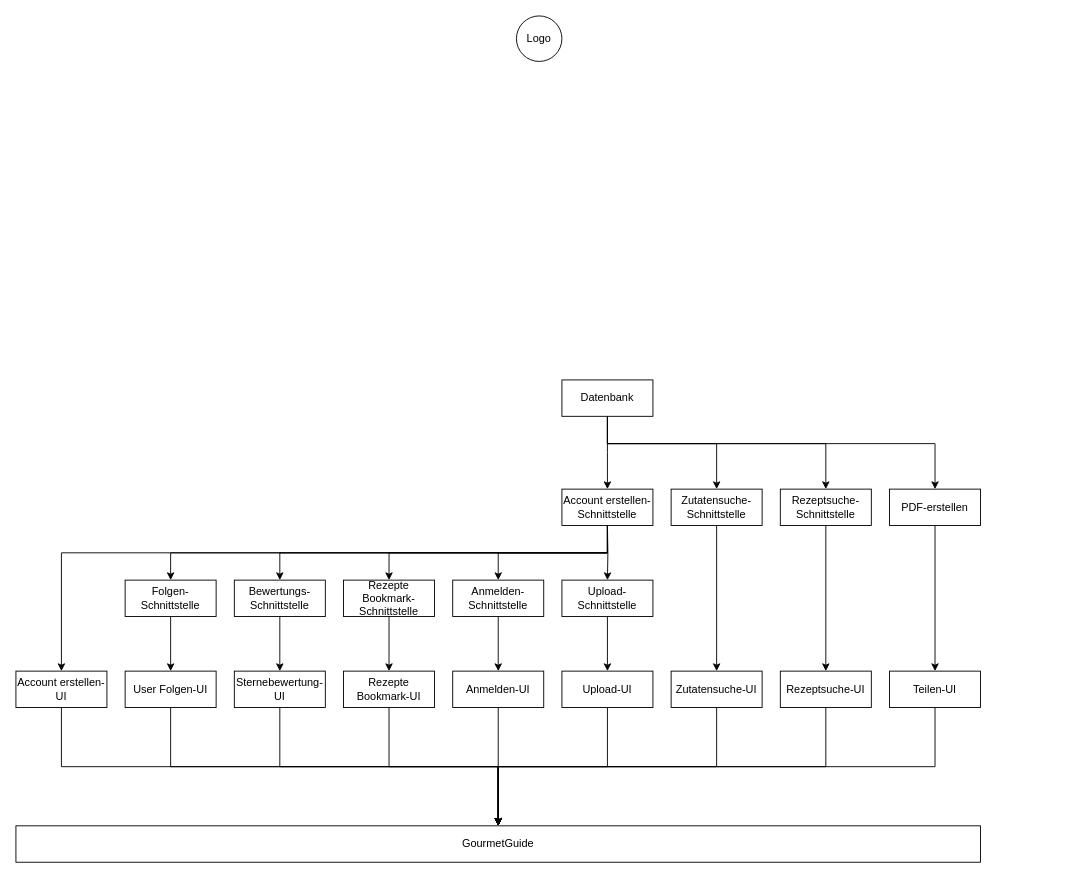
The draw.io diagram Produktflussdiagramm.drawio in Software-Engineering-I-HWR/GourmetGuide, before the edit. Source tidied: cells renumbered, new cells numbered last; positions are measured from the earlier drawing's top-left corner, leaving out a move shared by most shapes. Both pictures are drawn from the tidied source at 91%, with x=0, y=0 at pixel (15, 15).
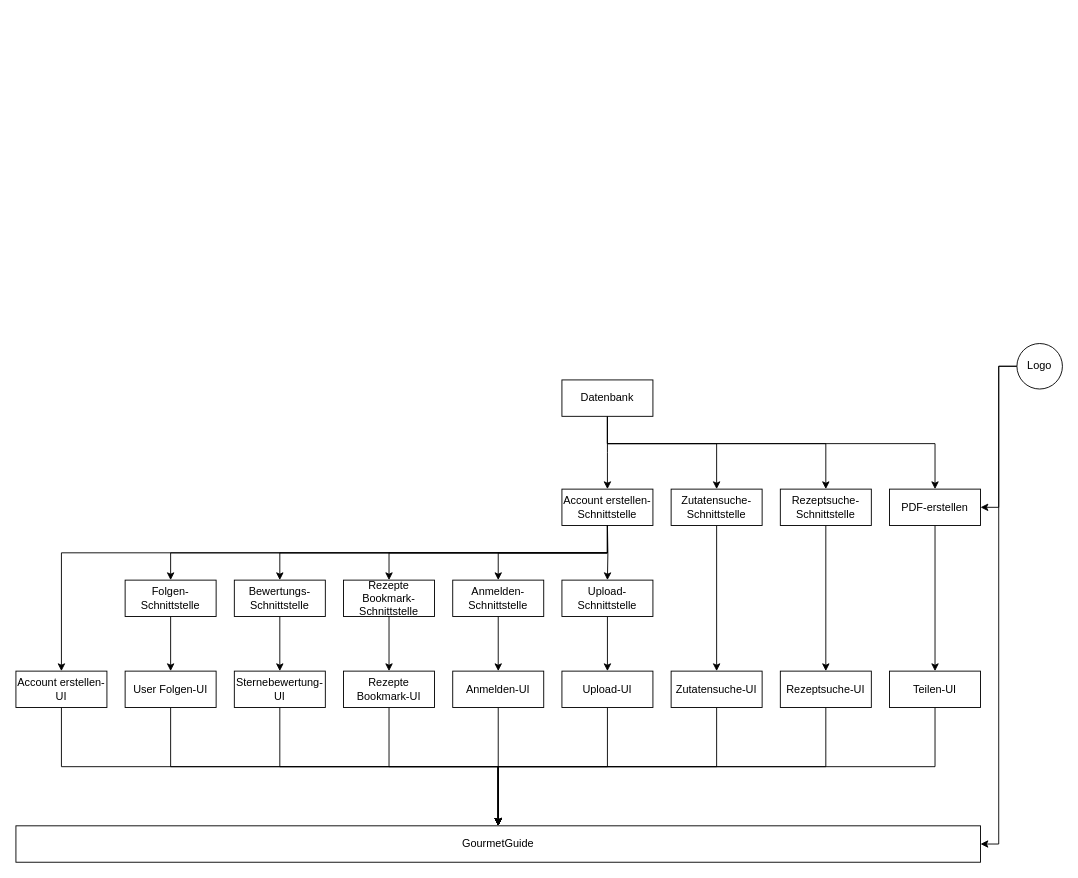
After the change.

The change refers to these unchanged cells:
```xml
<mxCell id="2" value="GourmetGuide" style="rounded=0;whiteSpace=wrap;html=1;" parent="1" vertex="1">
  <mxGeometry y="890" width="1060" height="40" as="geometry" />
</mxCell>
<mxCell id="26" value="PDF-erstellen" style="rounded=0;whiteSpace=wrap;html=1;" parent="1" vertex="1">
  <mxGeometry x="960" y="520" width="100" height="40" as="geometry" />
</mxCell>
```

Diff of the diagram source:
```diff
@@
+    <mxCell id="50" style="edgeStyle=orthogonalEdgeStyle;rounded=0;jettySize=auto;html=1;entryX=1;entryY=0.5;entryDx=0;entryDy=0;" parent="1" edge="1" source="7" target="26">
+      <mxGeometry relative="1" as="geometry" />
+    </mxCell>
+    <mxCell id="51" style="edgeStyle=orthogonalEdgeStyle;rounded=0;jettySize=auto;html=1;entryX=1;entryY=0.5;entryDx=0;entryDy=0;" parent="1" edge="1" source="7" target="2">
+      <mxGeometry relative="1" as="geometry" />
+    </mxCell>
     <mxCell id="7" value="Logo" style="ellipse;whiteSpace=wrap;html=1;" parent="1" vertex="1">
-      <mxGeometry x="550" width="50" height="50" as="geometry" />
+      <mxGeometry x="1100" y="360" width="50" height="50" as="geometry" />
     </mxCell>
```
